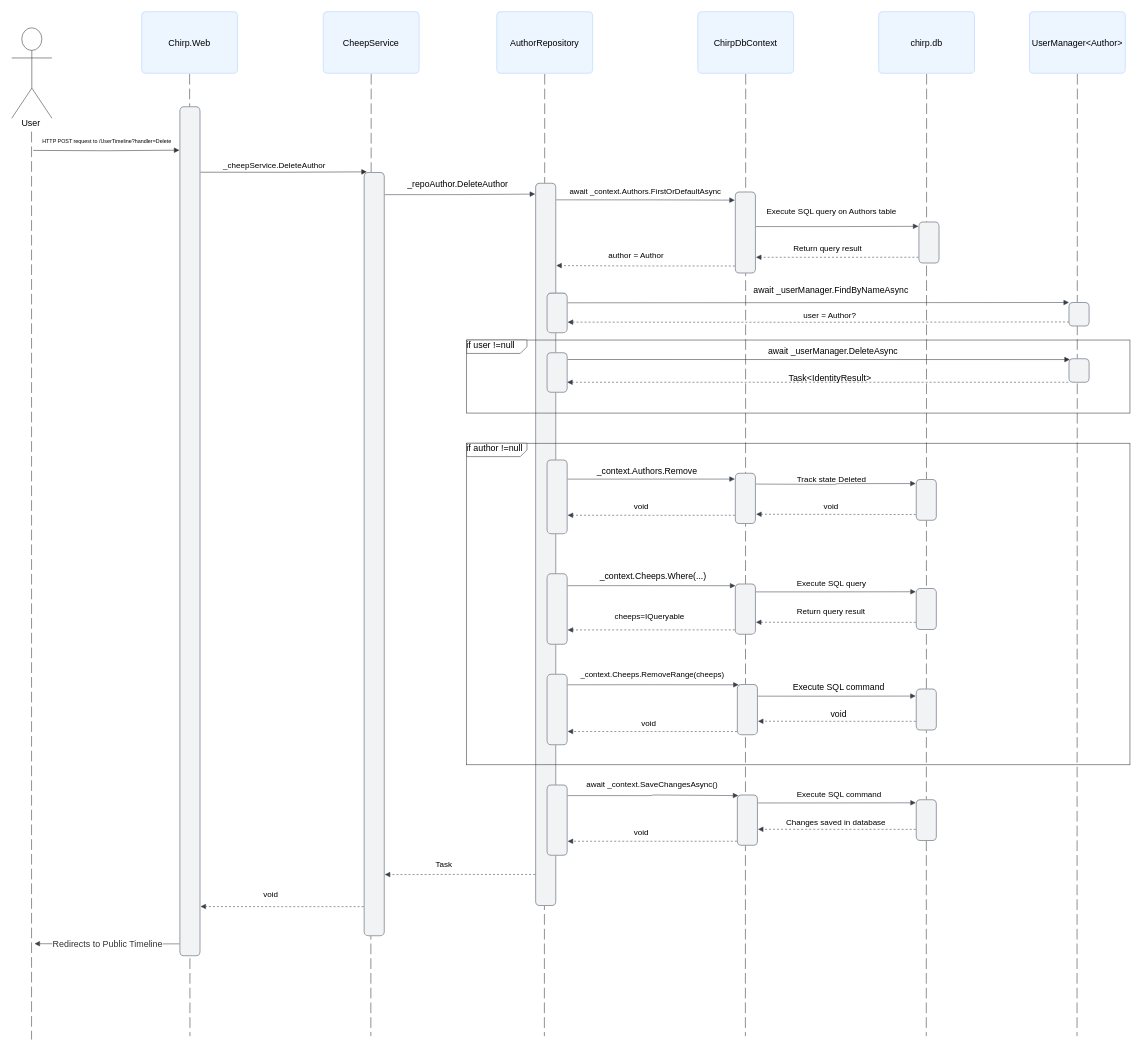
The draw.io diagram docs/diagrams/ForgetMe.drawio.xml in ITU-BDSA2024-GROUP28/Chirp, before the edit. Source tidied: cells renumbered, new cells numbered last; positions are measured from the earlier drawing's top-left corner, leaving out a move shared by most shapes. Both pictures are drawn from the tidied source at 67%, with x=0, y=0 at pixel (11, 11).
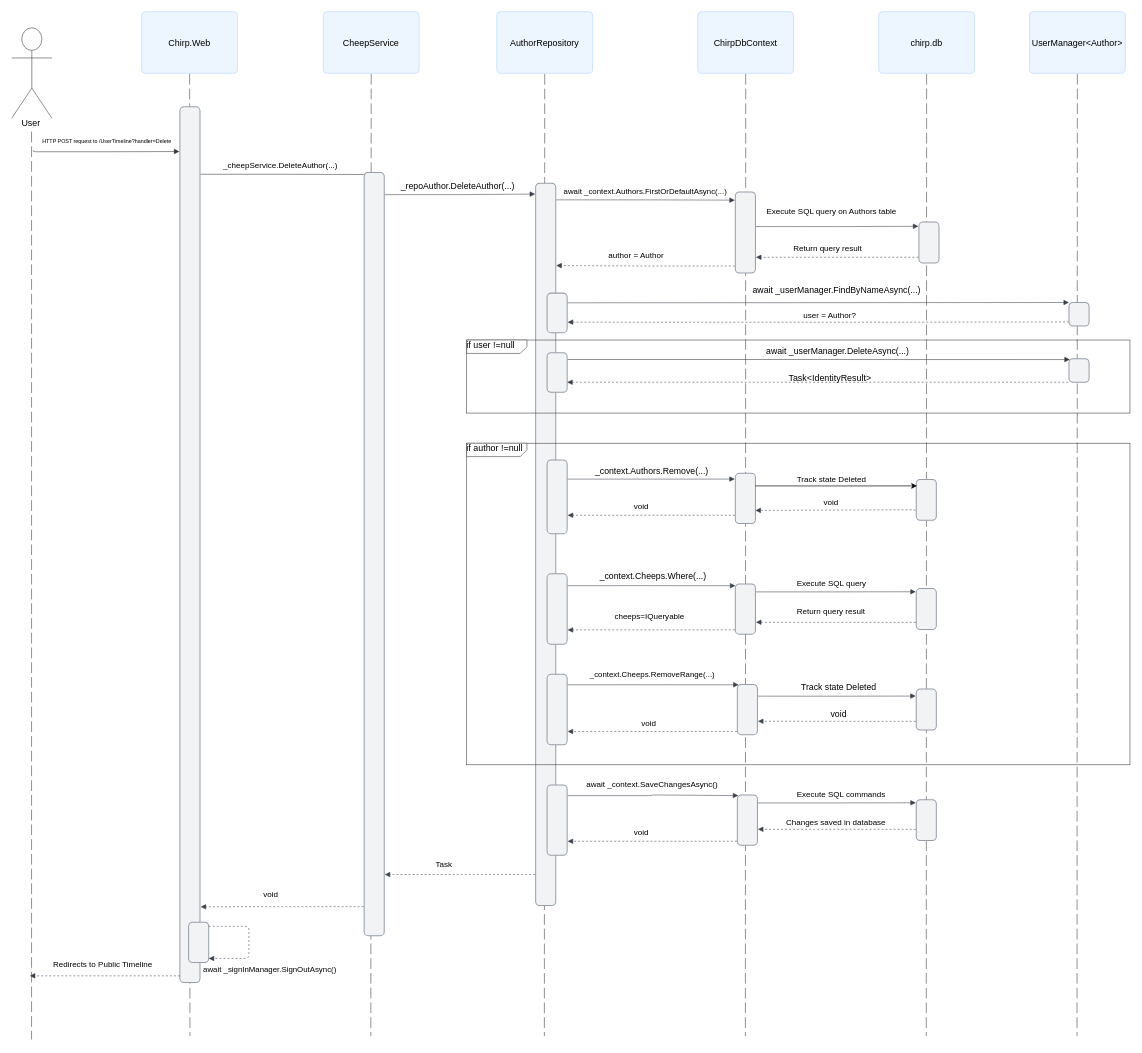
Above is the later version.

Commit message (it also covers changes not shown here):
corrected diagrams

The change refers to these unchanged cells:
```xml
<mxCell id="15" style="html=1;overflow=block;blockSpacing=1;whiteSpace=wrap;fontSize=13;spacing=0;strokeColor=#979ea8;strokeOpacity=100;fillOpacity=100;rounded=1;absoluteArcSize=1;arcSize=12;fillColor=#f2f3f5;strokeWidth=1.5;lucidId=f0ZAMXBXQa0w;" parent="1" vertex="1">
  <mxGeometry x="526" y="240" width="30" height="1139" as="geometry" />
</mxCell>
<mxCell id="43" style="html=1;overflow=block;blockSpacing=1;whiteSpace=wrap;fontSize=13;spacing=0;strokeColor=#979ea8;strokeOpacity=100;fillOpacity=100;rounded=1;absoluteArcSize=1;arcSize=12;fillColor=#f2f3f5;strokeWidth=1.5;lucidId=hz0AU-L59AW3;" parent="1" vertex="1">
  <mxGeometry x="1080" y="689" width="30" height="75" as="geometry" />
</mxCell>
<mxCell id="48" style="html=1;overflow=block;blockSpacing=1;whiteSpace=wrap;fontSize=13;spacing=0;strokeColor=#979ea8;strokeOpacity=100;fillOpacity=100;rounded=1;absoluteArcSize=1;arcSize=12;fillColor=#f2f3f5;strokeWidth=1.5;lucidId=PD0ABtxPf6_T;" parent="1" vertex="1">
  <mxGeometry x="1350" y="698" width="30" height="61" as="geometry" />
</mxCell>
<mxCell id="69" style="html=1;overflow=block;blockSpacing=1;whiteSpace=wrap;fontSize=13;spacing=0;strokeColor=#979ea8;strokeOpacity=100;fillOpacity=100;rounded=1;absoluteArcSize=1;arcSize=12;fillColor=#f2f3f5;strokeWidth=1.5;lucidId=VV1AqkSvd0my;" parent="1" vertex="1">
  <mxGeometry x="799" y="1154" width="30" height="105" as="geometry" />
</mxCell>
<mxCell id="70" style="html=1;overflow=block;blockSpacing=1;whiteSpace=wrap;fontSize=13;spacing=0;strokeColor=#979ea8;strokeOpacity=100;fillOpacity=100;rounded=1;absoluteArcSize=1;arcSize=12;fillColor=#f2f3f5;strokeWidth=1.5;lucidId=4V1AAmEz5Oze;" parent="1" vertex="1">
  <mxGeometry x="1083" y="1169" width="30" height="75" as="geometry" />
</mxCell>
```

The edit, as a diff of the source:
```diff
@@
     <mxCell id="6" style="html=1;overflow=block;blockSpacing=1;whiteSpace=wrap;fontSize=13;spacing=0;strokeColor=#979ea8;strokeOpacity=100;fillOpacity=100;rounded=1;absoluteArcSize=1;arcSize=12;fillColor=#f2f3f5;strokeWidth=1.5;lucidId=f0ZA~_wvbpTi;" parent="1" vertex="1">
-      <mxGeometry x="251" y="142" width="30" height="1267" as="geometry" />
+      <mxGeometry x="251" y="142" width="30" height="1307" as="geometry" />
     </mxCell>
@@
     <mxCell id="10" style="html=1;jettySize=18;whiteSpace=wrap;fontSize=13;strokeColor=#333333;strokeOpacity=100;strokeWidth=0.8;rounded=1;arcSize=10;edgeStyle=orthogonalEdgeStyle;startArrow=none;endArrow=block;endFill=1;entryX=-0.025;entryY=0.051;entryPerimeter=0;lucidId=f0ZAnjR9TZn5;" parent="1" edge="1" target="6">
       <mxGeometry relative="1" as="geometry">
         <mxPoint x="32" y="207" as="sourcePoint" />
+        <Array as="points">
+          <mxPoint x="32" y="209" />
+          <mxPoint x="142" y="209" />
+        </Array>
       </mxGeometry>
     </mxCell>
@@
     <mxCell id="14" style="html=1;jettySize=18;whiteSpace=wrap;fontSize=13;strokeColor=#333333;strokeOpacity=100;strokeWidth=0.8;rounded=1;arcSize=10;edgeStyle=orthogonalEdgeStyle;startArrow=none;endArrow=block;endFill=1;exitX=1.025;exitY=0.077;exitPerimeter=0;lucidId=f0ZARy6YQUhA;" parent="1" edge="1" source="6">
       <mxGeometry relative="1" as="geometry">
         <mxPoint x="530" y="239" as="targetPoint" />
+        <Array as="points">
+          <mxPoint x="406" y="243" />
+          <mxPoint x="530" y="243" />
+        </Array>
       </mxGeometry>
     </mxCell>
@@
-    <mxCell id="22" value="_repoAuthor.DeleteAuthor&#10;" style="html=1;overflow=block;blockSpacing=1;whiteSpace=wrap;fontSize=13;spacing=3.8;strokeColor=none;fillOpacity=0;rounded=1;absoluteArcSize=1;arcSize=9;fillColor=#ffffff;strokeWidth=0;lucidId=t9ZAX90GagTF;" parent="1" vertex="1">
-      <mxGeometry x="563" y="245" width="206" height="40" as="geometry" />
+    <mxCell id="22" value="_repoAuthor.DeleteAuthor(...)" style="html=1;overflow=block;blockSpacing=1;whiteSpace=wrap;fontSize=13;spacing=3.8;strokeColor=none;fillOpacity=0;rounded=1;absoluteArcSize=1;arcSize=9;fillColor=#ffffff;strokeWidth=0;lucidId=t9ZAX90GagTF;" parent="1" vertex="1">
+      <mxGeometry x="563" y="240" width="206" height="40" as="geometry" />
     </mxCell>
@@
-    <mxCell id="26" value="await _context.Authors.FirstOrDefaultAsync" style="html=1;overflow=block;blockSpacing=1;whiteSpace=wrap;fontSize=11.7;spacing=3.8;strokeColor=none;fillOpacity=0;rounded=1;absoluteArcSize=1;arcSize=9;fillColor=#ffffff;strokeWidth=0;lucidId=R_ZAuyesefOn;" parent="1" vertex="1">
+    <mxCell id="26" value="await _context.Authors.FirstOrDefaultAsync(...)" style="html=1;overflow=block;blockSpacing=1;whiteSpace=wrap;fontSize=11.7;spacing=3.8;strokeColor=none;fillOpacity=0;rounded=1;absoluteArcSize=1;arcSize=9;fillColor=#ffffff;strokeWidth=0;lucidId=R_ZAuyesefOn;" parent="1" vertex="1">
       <mxGeometry x="812" y="256" width="268" height="24" as="geometry" />
     </mxCell>
@@
-    <mxCell id="32" value="await _userManager.FindByNameAsync" style="html=1;overflow=block;blockSpacing=1;whiteSpace=wrap;fontSize=13;spacing=3.8;strokeColor=none;fillOpacity=0;rounded=1;absoluteArcSize=1;arcSize=9;fillColor=#ffffff;strokeWidth=0;lucidId=sf0AUEXp8YB3;" parent="1" vertex="1">
-      <mxGeometry x="1099" y="404" width="248" height="22" as="geometry" />
+    <mxCell id="32" value="await _userManager.FindByNameAsync(...)" style="html=1;overflow=block;blockSpacing=1;whiteSpace=wrap;fontSize=13;spacing=3.8;strokeColor=none;fillOpacity=0;rounded=1;absoluteArcSize=1;arcSize=9;fillColor=#ffffff;strokeWidth=0;lucidId=sf0AUEXp8YB3;" parent="1" vertex="1">
+      <mxGeometry x="1099" y="404" width="265" height="22" as="geometry" />
     </mxCell>
@@
-    <mxCell id="38" value="await _userManager.DeleteAsync" style="html=1;overflow=block;blockSpacing=1;whiteSpace=wrap;fontSize=13;spacing=3.8;strokeColor=none;fillOpacity=0;rounded=1;absoluteArcSize=1;arcSize=9;fillColor=#ffffff;strokeWidth=0;lucidId=tt0AokN7FJhP;" parent="1" vertex="1">
-      <mxGeometry x="1122" y="494" width="208" height="24" as="geometry" />
+    <mxCell id="38" value="await _userManager.DeleteAsync(...)" style="html=1;overflow=block;blockSpacing=1;whiteSpace=wrap;fontSize=13;spacing=3.8;strokeColor=none;fillOpacity=0;rounded=1;absoluteArcSize=1;arcSize=9;fillColor=#ffffff;strokeWidth=0;lucidId=tt0AokN7FJhP;" parent="1" vertex="1">
+      <mxGeometry x="1122" y="494" width="222" height="24" as="geometry" />
     </mxCell>
@@
-    <mxCell id="42" value="_context.Authors.Remove" style="html=1;overflow=block;blockSpacing=1;whiteSpace=wrap;fontSize=13;spacing=3.8;strokeColor=none;fillOpacity=0;rounded=1;absoluteArcSize=1;arcSize=9;fillColor=#ffffff;strokeWidth=0;lucidId=8y0AdxhfNt.p;" parent="1" vertex="1">
-      <mxGeometry x="867" y="674" width="163" height="24" as="geometry" />
+    <mxCell id="42" value="_context.Authors.Remove(...)" style="html=1;overflow=block;blockSpacing=1;whiteSpace=wrap;fontSize=13;spacing=3.8;strokeColor=none;fillOpacity=0;rounded=1;absoluteArcSize=1;arcSize=9;fillColor=#ffffff;strokeWidth=0;lucidId=8y0AdxhfNt.p;" parent="1" vertex="1">
+      <mxGeometry x="867" y="674" width="177" height="24" as="geometry" />
     </mxCell>
@@
-    <mxCell id="47" style="html=1;jettySize=18;whiteSpace=wrap;fontSize=13;strokeColor=#3a414a;strokeOpacity=100;strokeWidth=0.8;rounded=1;arcSize=12;edgeStyle=orthogonalEdgeStyle;startArrow=none;endArrow=block;endFill=1;entryX=-0.025;entryY=0.103;entryPerimeter=0;lucidId=PD0AL4bl.1sQ;" parent="1" edge="1" target="48">
-      <mxGeometry relative="1" as="geometry">
-        <mxPoint x="1111" y="705" as="sourcePoint" />
-      </mxGeometry>
-    </mxCell>
@@
-    <mxCell id="49" style="html=1;jettySize=18;whiteSpace=wrap;fontSize=13;strokeColor=#3a414a;strokeOpacity=100;dashed=1;fixDash=1;strokeWidth=0.8;rounded=1;arcSize=12;edgeStyle=orthogonalEdgeStyle;startArrow=none;endArrow=block;endFill=1;exitX=-0.025;exitY=0.86;exitPerimeter=0;lucidId=PD0AzqOY5-9i;" parent="1" edge="1" source="48">
+    <mxCell id="49" style="html=1;jettySize=18;whiteSpace=wrap;fontSize=13;strokeColor=#3a414a;strokeOpacity=100;dashed=1;fixDash=1;strokeWidth=0.8;rounded=1;arcSize=12;edgeStyle=orthogonalEdgeStyle;startArrow=none;endArrow=block;endFill=1;exitX=-0.025;exitY=0.86;exitPerimeter=0;lucidId=PD0AzqOY5-9i;" parent="1" edge="1">
       <mxGeometry relative="1" as="geometry">
-        <mxPoint x="1111" y="750" as="targetPoint" />
+        <mxPoint x="1348.2" y="744.7" as="sourcePoint" />
+        <mxPoint x="1110" y="744.3" as="targetPoint" />
+        <Array as="points">
+          <mxPoint x="1348" y="743.3" />
+          <mxPoint x="1110" y="743.3" />
+        </Array>
       </mxGeometry>
     </mxCell>
@@
-    <mxCell id="63" value="_context.Cheeps.RemoveRange(cheeps)" style="html=1;overflow=block;blockSpacing=1;whiteSpace=wrap;fontSize=11.7;spacing=3.8;strokeColor=none;fillOpacity=0;rounded=1;absoluteArcSize=1;arcSize=9;fillColor=#ffffff;strokeWidth=0;lucidId=dS1A6iVDMNRx;" parent="1" vertex="1">
+    <mxCell id="63" value="_context.Cheeps.RemoveRange(...)" style="html=1;overflow=block;blockSpacing=1;whiteSpace=wrap;fontSize=11.7;spacing=3.8;strokeColor=none;fillOpacity=0;rounded=1;absoluteArcSize=1;arcSize=9;fillColor=#ffffff;strokeWidth=0;lucidId=dS1A6iVDMNRx;" parent="1" vertex="1">
       <mxGeometry x="827" y="976" width="259" height="28" as="geometry" />
     </mxCell>
@@
-    <mxCell id="65" value="Execute SQL command&#10;" style="html=1;overflow=block;blockSpacing=1;whiteSpace=wrap;fontSize=13;spacing=3.8;strokeColor=none;fillOpacity=0;rounded=1;absoluteArcSize=1;arcSize=9;fillColor=#ffffff;strokeWidth=0;lucidId=MS1AfE8p42Iq;" parent="1" vertex="1">
-      <mxGeometry x="1105" y="996" width="259" height="40" as="geometry" />
+    <mxCell id="65" value="Track state Deleted" style="html=1;overflow=block;blockSpacing=1;whiteSpace=wrap;fontSize=13;spacing=3.8;strokeColor=none;fillOpacity=0;rounded=1;absoluteArcSize=1;arcSize=9;fillColor=#ffffff;strokeWidth=0;lucidId=MS1AfE8p42Iq;" parent="1" vertex="1">
+      <mxGeometry x="1104.5" y="989" width="259" height="37" as="geometry" />
     </mxCell>
@@
-    <mxCell id="74" style="html=1;jettySize=18;whiteSpace=wrap;fontSize=13;strokeColor=#3a414a;strokeOpacity=100;strokeWidth=0.8;rounded=1;arcSize=12;edgeStyle=orthogonalEdgeStyle;startArrow=none;endArrow=block;endFill=1;exitX=1.025;exitY=0.152;exitPerimeter=0;entryX=0.05;entryY=0.013;entryPerimeter=0;lucidId=vX1Anj-HyYC6;" parent="1" edge="1" source="69" target="70">
+    <mxCell id="74" style="html=1;jettySize=18;whiteSpace=wrap;fontSize=13;strokeColor=#3a414a;strokeOpacity=100;strokeWidth=0.8;rounded=1;arcSize=12;edgeStyle=orthogonalEdgeStyle;startArrow=none;endArrow=block;endFill=1;entryX=0.05;entryY=0.013;entryPerimeter=0;lucidId=vX1Anj-HyYC6;" parent="1" edge="1" target="70">
       <mxGeometry relative="1" as="geometry">
+        <mxPoint x="830" y="1170" as="sourcePoint" />
         <Array as="points">
           <mxPoint x="956" y="1170" />
           <mxPoint x="956" y="1169" />
           <mxPoint x="1084" y="1169" />
         </Array>
       </mxGeometry>
     </mxCell>
@@
-    <mxCell id="77" style="html=1;jettySize=18;whiteSpace=wrap;fontSize=13;strokeColor=#3a414a;strokeOpacity=100;dashed=1;fixDash=1;strokeWidth=0.8;rounded=1;arcSize=12;edgeStyle=orthogonalEdgeStyle;startArrow=none;endArrow=block;endFill=1;exitX=-0.025;exitY=0.962;exitPerimeter=0;entryX=1.025;entryY=0.942;entryPerimeter=0;lucidId=l51Ai-xqz6sM;" parent="1" edge="1" source="15" target="6">
-      <mxGeometry relative="1" as="geometry" />
+    <mxCell id="77" style="html=1;jettySize=18;whiteSpace=wrap;fontSize=13;strokeColor=#3a414a;strokeOpacity=100;dashed=1;fixDash=1;strokeWidth=0.8;rounded=1;arcSize=12;edgeStyle=orthogonalEdgeStyle;startArrow=none;endArrow=block;endFill=1;exitX=-0.025;exitY=0.962;exitPerimeter=0;lucidId=l51Ai-xqz6sM;" parent="1" edge="1" source="15">
+      <mxGeometry relative="1" as="geometry">
+        <mxPoint x="282" y="1336" as="targetPoint" />
+      </mxGeometry>
     </mxCell>
-    <mxCell id="78" style="html=1;jettySize=18;whiteSpace=wrap;fontSize=13;strokeColor=#3a414a;strokeOpacity=100;strokeWidth=0.8;rounded=1;arcSize=12;edgeStyle=orthogonalEdgeStyle;startArrow=none;endArrow=block;endFill=1;exitX=-0.025;exitY=0.986;exitPerimeter=0;lucidId=M81AqICeT8rr;" parent="1" edge="1" source="6">
-      <mxGeometry relative="1" as="geometry">
-        <mxPoint x="34" y="1391" as="targetPoint" />
-      </mxGeometry>
-    </mxCell>
-    <mxCell id="79" value="Redirects to Public Timeline" style="text;html=1;labelBackgroundColor=default;align=center;verticalAlign=middle;fontColor=#333333;fontSize=13.3;" parent="78" vertex="1">
-      <mxGeometry relative="1" as="geometry" />
-    </mxCell>
@@
-    <mxCell id="81" value="_cheepService.DeleteAuthor" style="text;whiteSpace=wrap;html=1;" parent="1" vertex="1">
+    <mxCell id="81" value="_cheepService.DeleteAuthor(...)" style="text;whiteSpace=wrap;html=1;" parent="1" vertex="1">
       <mxGeometry x="314" y="216" width="190" height="40" as="geometry" />
     </mxCell>
@@
-    <mxCell id="84" value="Execute SQL command" style="text;whiteSpace=wrap;html=1;" parent="1" vertex="1">
+    <mxCell id="84" value="Execute SQL commands" style="text;whiteSpace=wrap;html=1;" parent="1" vertex="1">
       <mxGeometry x="1170" y="1154" width="160" height="40" as="geometry" />
     </mxCell>
@@
     <mxCell id="90" value="void" style="text;whiteSpace=wrap;html=1;" parent="1" vertex="1">
-      <mxGeometry x="1210" y="724" width="60" height="40" as="geometry" />
+      <mxGeometry x="1210" y="719" width="60" height="40" as="geometry" />
     </mxCell>
@@
+    <mxCell id="79" value="Redirects to Public Timeline" style="text;whiteSpace=wrap;html=1;" parent="1" vertex="1">
+      <mxGeometry x="60" y="1409" width="180" height="40" as="geometry" />
+    </mxCell>
+    <mxCell id="99" style="html=1;overflow=block;blockSpacing=1;whiteSpace=wrap;fontSize=13;spacing=0;strokeColor=#979ea8;strokeOpacity=100;fillOpacity=100;rounded=1;absoluteArcSize=1;arcSize=12;fillColor=#f2f3f5;strokeWidth=1.5;lucidId=f0ZA~_wvbpTi;" parent="1" vertex="1">
+      <mxGeometry x="264" y="1359" width="30" height="60" as="geometry" />
+    </mxCell>
+    <mxCell id="100" style="html=1;jettySize=18;whiteSpace=wrap;fontSize=13;strokeColor=#3a414a;strokeOpacity=100;dashed=1;fixDash=1;strokeWidth=0.8;rounded=1;arcSize=12;edgeStyle=orthogonalEdgeStyle;startArrow=none;endArrow=block;endFill=1;exitX=-0.025;exitY=0.957;exitPerimeter=0;entryX=1.025;entryY=0.92;entryPerimeter=0;lucidId=W21A0AviKfKz;" parent="1" edge="1">
+      <mxGeometry relative="1" as="geometry">
+        <mxPoint x="251" y="1439" as="sourcePoint" />
+        <mxPoint x="27" y="1439" as="targetPoint" />
+      </mxGeometry>
+    </mxCell>
+    <mxCell id="101" style="html=1;jettySize=18;whiteSpace=wrap;fontSize=13;strokeColor=#3a414a;strokeOpacity=100;dashed=1;fixDash=1;strokeWidth=0.8;rounded=1;arcSize=12;edgeStyle=orthogonalEdgeStyle;startArrow=none;endArrow=block;endFill=1;exitX=1.025;exitY=0.107;exitPerimeter=0;entryX=1.025;entryY=0.901;entryPerimeter=0;lucidId=AdbBBnGFn3Nx;" parent="1" edge="1">
+      <mxGeometry relative="1" as="geometry">
+        <mxPoint x="294" y="1365" as="sourcePoint" />
+        <mxPoint x="294" y="1413" as="targetPoint" />
+        <Array as="points">
+          <mxPoint x="354" y="1365" />
+          <mxPoint x="354" y="1413" />
+        </Array>
+      </mxGeometry>
+    </mxCell>
+    <mxCell id="102" value="await _signInManager.SignOutAsync()" style="html=1;overflow=block;blockSpacing=1;whiteSpace=wrap;fontSize=11.7;spacing=3.8;strokeColor=none;fillOpacity=0;rounded=1;absoluteArcSize=1;arcSize=9;fillColor=#ffffff;strokeWidth=0;lucidId=qebBh_F8zpOu;" parent="1" vertex="1">
+      <mxGeometry x="267" y="1417" width="237" height="24" as="geometry" />
+    </mxCell>
+    <mxCell id="103" style="edgeStyle=orthogonalEdgeStyle;rounded=0;jettySize=auto;html=1;exitX=1;exitY=0.25;exitDx=0;exitDy=0;entryX=0.04;entryY=0.159;entryDx=0;entryDy=0;entryPerimeter=0;" parent="1" edge="1" source="43" target="48">
+      <mxGeometry relative="1" as="geometry" />
+    </mxCell>
```
